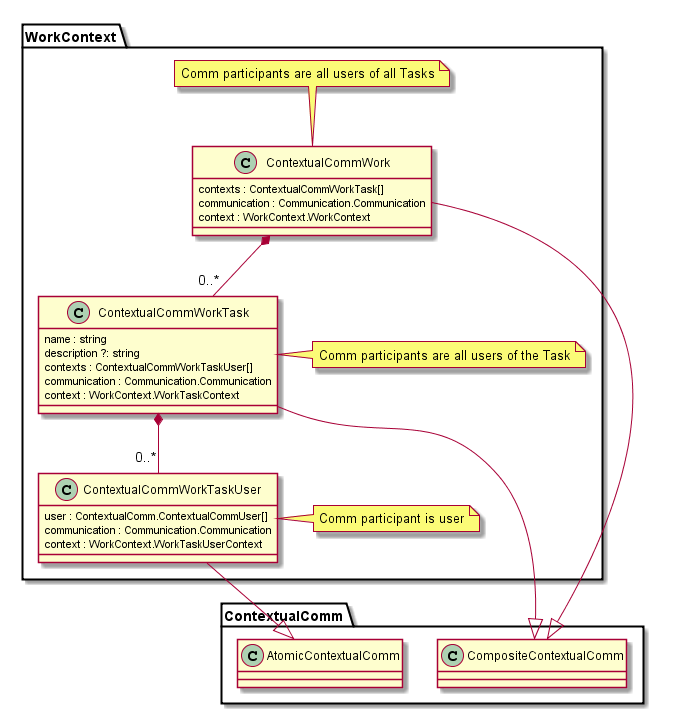
Above: docs/work-context-design.png in reTHINK-project/dev-smart-contextual-assistance-app (PlantUML), before the change.
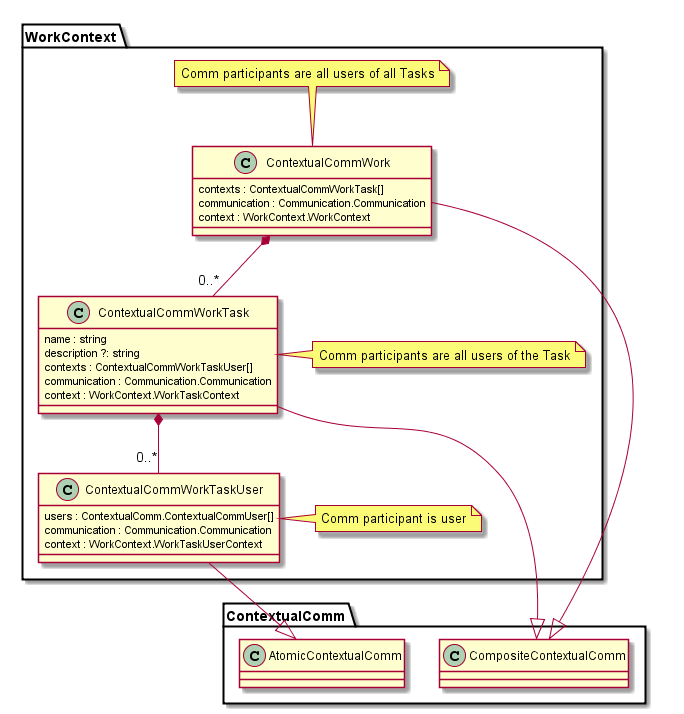
The same diagram one commit later.

The edit, as a diff of the source:
```diff
@@ -21,7 +21,7 @@
   note right : Comm participants are all users of the Task
 
   class ContextualCommWorkTaskUser {
-  user : ContextualComm.ContextualCommUser[]
+  users : ContextualComm.ContextualCommUser[]
   communication : Communication.Communication
   context : WorkContext.WorkTaskUserContext
   }
```
